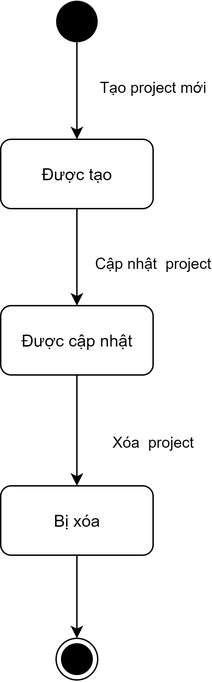
Above: ToDoApp-Doc/Document/Diagram/State Machine Diagram/ManageProject/ManageProject.png in Merevoli-DatLuu/To-Do-App (draw.io), before the change. Source tidied: cells renumbered, new cells last; positions are measured from the earlier drawing's top-left corner, leaving out a move shared by most shapes. The source it was exported from:
```xml
<mxGraphModel>
  <root>
    <mxCell id="0" />
    <mxCell id="1" parent="0" />
    <mxCell id="2" style="edgeStyle=orthogonalEdgeStyle;rounded=0;jettySize=auto;html=1;" parent="1" edge="1" source="4" target="10">
      <mxGeometry relative="1" as="geometry" />
    </mxCell>
    <mxCell id="3" value="Cập nhật&amp;nbsp; project" style="edgeLabel;html=1;align=center;verticalAlign=middle;" parent="2" vertex="1">
      <mxGeometry x="0.13" y="1" relative="1" as="geometry">
        <mxPoint x="54" as="offset" />
      </mxGeometry>
    </mxCell>
    <mxCell id="4" value="Được tạo" style="html=1;rounded=1;" parent="1" vertex="1">
      <mxGeometry y="100" width="110" height="50" as="geometry" />
    </mxCell>
    <mxCell id="5" style="edgeStyle=orthogonalEdgeStyle;rounded=0;jettySize=auto;html=1;" parent="1" edge="1" source="7" target="4">
      <mxGeometry relative="1" as="geometry" />
    </mxCell>
    <mxCell id="6" value="Tạo project mới" style="edgeLabel;html=1;align=center;verticalAlign=middle;" parent="5" vertex="1">
      <mxGeometry x="0.15" y="-3" relative="1" as="geometry">
        <mxPoint x="58" y="-7.9" as="offset" />
      </mxGeometry>
    </mxCell>
    <mxCell id="7" style="ellipse;fillColor=#000000;strokeColor=none;" parent="1" vertex="1">
      <mxGeometry x="40" width="30" height="30" as="geometry" />
    </mxCell>
    <mxCell id="8" style="edgeStyle=orthogonalEdgeStyle;rounded=0;jettySize=auto;html=1;" parent="1" edge="1" source="10" target="12">
      <mxGeometry relative="1" as="geometry" />
    </mxCell>
    <mxCell id="9" value="Xóa&amp;nbsp; project" style="edgeLabel;html=1;align=center;verticalAlign=middle;" parent="8" vertex="1">
      <mxGeometry x="-0.21" relative="1" as="geometry">
        <mxPoint x="55" y="16.6" as="offset" />
      </mxGeometry>
    </mxCell>
    <mxCell id="10" value="Được cập nhật" style="html=1;rounded=1;" parent="1" vertex="1">
      <mxGeometry y="220" width="110" height="50" as="geometry" />
    </mxCell>
    <mxCell id="11" style="edgeStyle=orthogonalEdgeStyle;rounded=0;jettySize=auto;html=1;" parent="1" edge="1" source="12" target="13">
      <mxGeometry relative="1" as="geometry" />
    </mxCell>
    <mxCell id="12" value="Bị xóa" style="html=1;rounded=1;" parent="1" vertex="1">
      <mxGeometry y="350" width="110" height="50" as="geometry" />
    </mxCell>
    <mxCell id="13" style="ellipse;html=1;shape=endState;fillColor=#000000;strokeColor=#000000;" parent="1" vertex="1">
      <mxGeometry x="40" y="460" width="30" height="30" as="geometry" />
    </mxCell>
  </root>
</mxGraphModel>
```
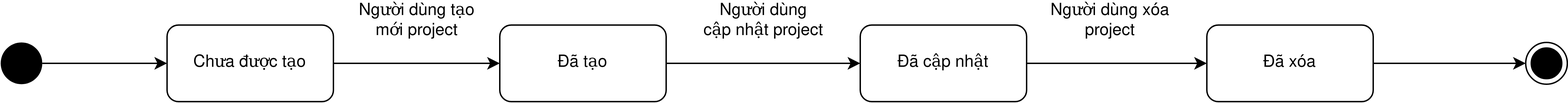
Above is the later version.

Commit message:
[Document, Modified]: ManageProject.png StateDiagram

Change to the diagram source:
```diff
@@ -2,47 +2,47 @@
   <root>
     <mxCell id="0" />
     <mxCell id="1" parent="0" />
-    <mxCell id="2" style="edgeStyle=orthogonalEdgeStyle;rounded=0;jettySize=auto;html=1;" parent="1" edge="1" source="4" target="10">
-      <mxGeometry relative="1" as="geometry" />
-    </mxCell>
-    <mxCell id="3" value="Cập nhật&amp;nbsp; project" style="edgeLabel;html=1;align=center;verticalAlign=middle;" parent="2" vertex="1">
-      <mxGeometry x="0.13" y="1" relative="1" as="geometry">
-        <mxPoint x="54" as="offset" />
-      </mxGeometry>
-    </mxCell>
-    <mxCell id="4" value="Được tạo" style="html=1;rounded=1;" parent="1" vertex="1">
-      <mxGeometry y="100" width="110" height="50" as="geometry" />
-    </mxCell>
-    <mxCell id="5" style="edgeStyle=orthogonalEdgeStyle;rounded=0;jettySize=auto;html=1;" parent="1" edge="1" source="7" target="4">
-      <mxGeometry relative="1" as="geometry" />
-    </mxCell>
-    <mxCell id="6" value="Tạo project mới" style="edgeLabel;html=1;align=center;verticalAlign=middle;" parent="5" vertex="1">
-      <mxGeometry x="0.15" y="-3" relative="1" as="geometry">
-        <mxPoint x="58" y="-7.9" as="offset" />
-      </mxGeometry>
-    </mxCell>
+    <mxCell id="14" style="edgeStyle=orthogonalEdgeStyle;rounded=0;jettySize=auto;html=1;entryX=0;entryY=0.5;entryDx=0;entryDy=0;" parent="1" edge="1" source="7" target="16">
+      <mxGeometry relative="1" as="geometry" />
+    </mxCell>
     <mxCell id="7" style="ellipse;fillColor=#000000;strokeColor=none;" parent="1" vertex="1">
       <mxGeometry x="40" width="30" height="30" as="geometry" />
     </mxCell>
-    <mxCell id="8" style="edgeStyle=orthogonalEdgeStyle;rounded=0;jettySize=auto;html=1;" parent="1" edge="1" source="10" target="12">
-      <mxGeometry relative="1" as="geometry" />
-    </mxCell>
-    <mxCell id="9" value="Xóa&amp;nbsp; project" style="edgeLabel;html=1;align=center;verticalAlign=middle;" parent="8" vertex="1">
-      <mxGeometry x="-0.21" relative="1" as="geometry">
-        <mxPoint x="55" y="16.6" as="offset" />
-      </mxGeometry>
-    </mxCell>
-    <mxCell id="10" value="Được cập nhật" style="html=1;rounded=1;" parent="1" vertex="1">
-      <mxGeometry y="220" width="110" height="50" as="geometry" />
-    </mxCell>
-    <mxCell id="11" style="edgeStyle=orthogonalEdgeStyle;rounded=0;jettySize=auto;html=1;" parent="1" edge="1" source="12" target="13">
-      <mxGeometry relative="1" as="geometry" />
-    </mxCell>
-    <mxCell id="12" value="Bị xóa" style="html=1;rounded=1;" parent="1" vertex="1">
-      <mxGeometry y="350" width="110" height="50" as="geometry" />
-    </mxCell>
-    <mxCell id="13" style="ellipse;html=1;shape=endState;fillColor=#000000;strokeColor=#000000;" parent="1" vertex="1">
-      <mxGeometry x="40" y="460" width="30" height="30" as="geometry" />
-    </mxCell>
+    <mxCell id="15" style="edgeStyle=orthogonalEdgeStyle;rounded=0;jettySize=auto;html=1;" parent="1" edge="1" source="16" target="18">
+      <mxGeometry relative="1" as="geometry" />
+    </mxCell>
+    <mxCell id="16" value="Chưa được tạo" style="rounded=1;whiteSpace=wrap;html=1;" parent="1" vertex="1">
+      <mxGeometry x="160" y="-12.5" width="120" height="55" as="geometry" />
+    </mxCell>
+    <mxCell id="17" style="edgeStyle=orthogonalEdgeStyle;rounded=0;jettySize=auto;html=1;entryX=0;entryY=0.5;entryDx=0;entryDy=0;" parent="1" edge="1" source="18" target="21">
+      <mxGeometry relative="1" as="geometry" />
+    </mxCell>
+    <mxCell id="18" value="Đã tạo" style="rounded=1;whiteSpace=wrap;html=1;" parent="1" vertex="1">
+      <mxGeometry x="400" y="-12.5" width="120" height="55" as="geometry" />
+    </mxCell>
+    <mxCell id="19" value="&lt;div&gt;Người dùng tạo&lt;/div&gt;&lt;div&gt;mới project&lt;br&gt;&lt;/div&gt;" style="text;html=1;align=center;verticalAlign=middle;" parent="1" vertex="1">
+      <mxGeometry x="290" y="-30" width="100" height="30" as="geometry" />
+    </mxCell>
+    <mxCell id="20" style="edgeStyle=orthogonalEdgeStyle;rounded=0;jettySize=auto;html=1;entryX=0;entryY=0.5;entryDx=0;entryDy=0;" parent="1" edge="1" source="21" target="24">
+      <mxGeometry relative="1" as="geometry" />
+    </mxCell>
+    <mxCell id="21" value="Đã cập nhật" style="rounded=1;whiteSpace=wrap;html=1;" parent="1" vertex="1">
+      <mxGeometry x="660" y="-12.5" width="120" height="55" as="geometry" />
+    </mxCell>
+    <mxCell id="22" value="&lt;div&gt;Người dùng&lt;/div&gt;&lt;div&gt;cập nhật project&lt;/div&gt;" style="text;html=1;align=center;verticalAlign=middle;" parent="1" vertex="1">
+      <mxGeometry x="540" y="-30" width="100" height="30" as="geometry" />
+    </mxCell>
+    <mxCell id="23" style="edgeStyle=orthogonalEdgeStyle;rounded=0;jettySize=auto;html=1;" parent="1" edge="1" source="24" target="26">
+      <mxGeometry relative="1" as="geometry" />
+    </mxCell>
+    <mxCell id="24" value="Đã xóa" style="rounded=1;whiteSpace=wrap;html=1;" parent="1" vertex="1">
+      <mxGeometry x="910" y="-12.5" width="120" height="55" as="geometry" />
+    </mxCell>
+    <mxCell id="25" value="&lt;div&gt;Người dùng xóa&lt;/div&gt;&lt;div&gt;project&lt;br&gt;&lt;/div&gt;" style="text;html=1;align=center;verticalAlign=middle;" parent="1" vertex="1">
+      <mxGeometry x="790" y="-30" width="100" height="30" as="geometry" />
+    </mxCell>
+    <mxCell id="26" style="ellipse;html=1;shape=endState;fillColor=#000000;strokeColor=#000000;" parent="1" vertex="1">
+      <mxGeometry x="1140" width="30" height="30" as="geometry" />
+    </mxCell>
   </root>
 </mxGraphModel>
```
